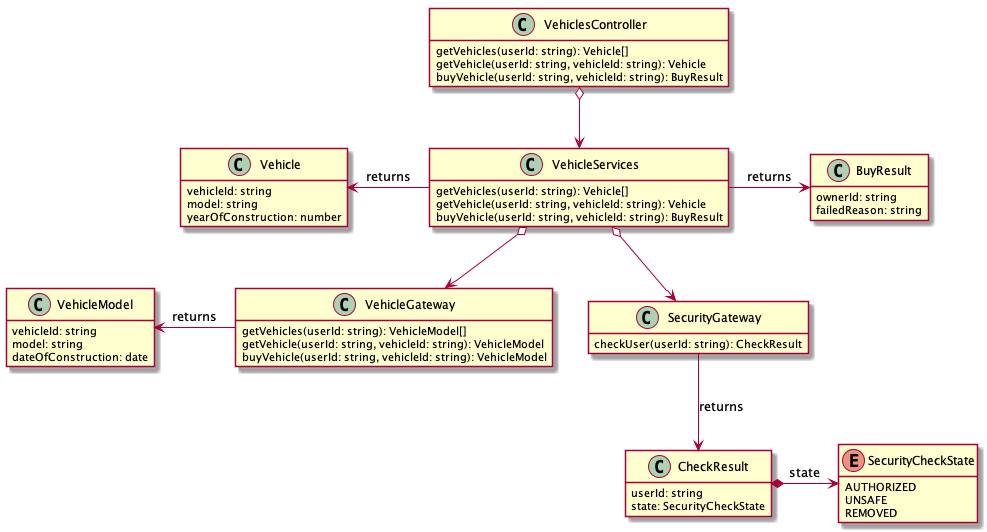
The PlantUML diagram docs/buy-vehicle/class_diagram.png in AlienEngineer/tdd-node-ts-lecture, before a commit. Source of this version:
```plantuml
@startuml

class Vehicle {
    vehicleId: string
    model: string
    yearOfConstruction: number
}

class BuyResult {
    ownerId: string
    failedReason: string
}

class VehicleModel {
    vehicleId: string
    model: string
    dateOfConstruction: date
}

enum SecurityCheckState {
  AUTHORIZED
  UNSAFE
  REMOVED
}

class CheckResult {
    userId: string
    state: SecurityCheckState
}

class VehicleServices {
    getVehicles(userId: string): Vehicle[]
    getVehicle(userId: string, vehicleId: string): Vehicle
    buyVehicle(userId: string, vehicleId: string): BuyResult
}

class SecurityGateway {
    checkUser(userId: string): CheckResult
}

class VehicleGateway {
    getVehicles(userId: string): VehicleModel[]
    getVehicle(userId: string, vehicleId: string): VehicleModel
    buyVehicle(userId: string, vehicleId: string): VehicleModel
}

class VehiclesController {
    getVehicles(userId: string): Vehicle[]
    getVehicle(userId: string, vehicleId: string): Vehicle
    buyVehicle(userId: string, vehicleId: string): BuyResult
}

VehicleServices o--> SecurityGateway
VehicleServices o--> VehicleGateway
VehiclesController o--> VehicleServices

SecurityGateway --> CheckResult : returns
CheckResult *-> SecurityCheckState : state

VehicleServices -> BuyResult: returns
VehicleModel <- VehicleGateway: returns

Vehicle <- VehicleServices : returns

hide fields

show Vehicle fields
hide Vehicle methods

show BuyResult fields
hide BuyResult methods

show SecurityCheckState fields
hide SecurityCheckState methods

show CheckResult fields
hide CheckResult methods

show VehicleModel fields
hide VehicleModel methods

@enduml
```
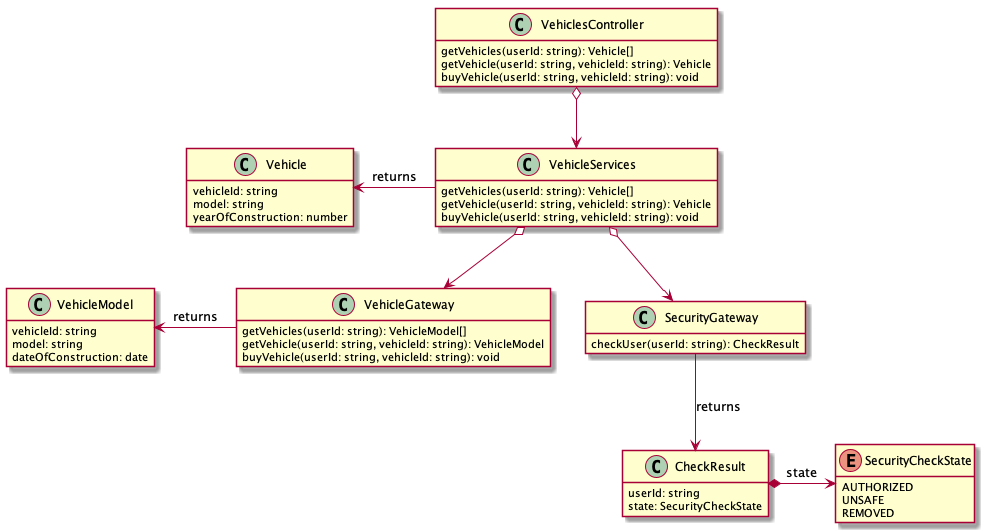
After the commit.

Change to the diagram source:
```diff
@@ -4,11 +4,6 @@
     vehicleId: string
     model: string
     yearOfConstruction: number
-}
-
-class BuyResult {
-    ownerId: string
-    failedReason: string
 }
 
 class VehicleModel {
@@ -31,7 +26,7 @@
 class VehicleServices {
     getVehicles(userId: string): Vehicle[]
     getVehicle(userId: string, vehicleId: string): Vehicle
-    buyVehicle(userId: string, vehicleId: string): BuyResult
+    buyVehicle(userId: string, vehicleId: string): void
 }
 
 class SecurityGateway {
@@ -41,13 +36,13 @@
 class VehicleGateway {
     getVehicles(userId: string): VehicleModel[]
     getVehicle(userId: string, vehicleId: string): VehicleModel
-    buyVehicle(userId: string, vehicleId: string): VehicleModel
+    buyVehicle(userId: string, vehicleId: string): void
 }
 
 class VehiclesController {
     getVehicles(userId: string): Vehicle[]
     getVehicle(userId: string, vehicleId: string): Vehicle
-    buyVehicle(userId: string, vehicleId: string): BuyResult
+    buyVehicle(userId: string, vehicleId: string): void
 }
 
 VehicleServices o--> SecurityGateway
@@ -57,7 +52,6 @@
 SecurityGateway --> CheckResult : returns
 CheckResult *-> SecurityCheckState : state
 
-VehicleServices -> BuyResult: returns
 VehicleModel <- VehicleGateway: returns
 
 Vehicle <- VehicleServices : returns
@@ -66,9 +60,6 @@
 
 show Vehicle fields
 hide Vehicle methods
-
-show BuyResult fields
-hide BuyResult methods
 
 show SecurityCheckState fields
 hide SecurityCheckState methods
```
